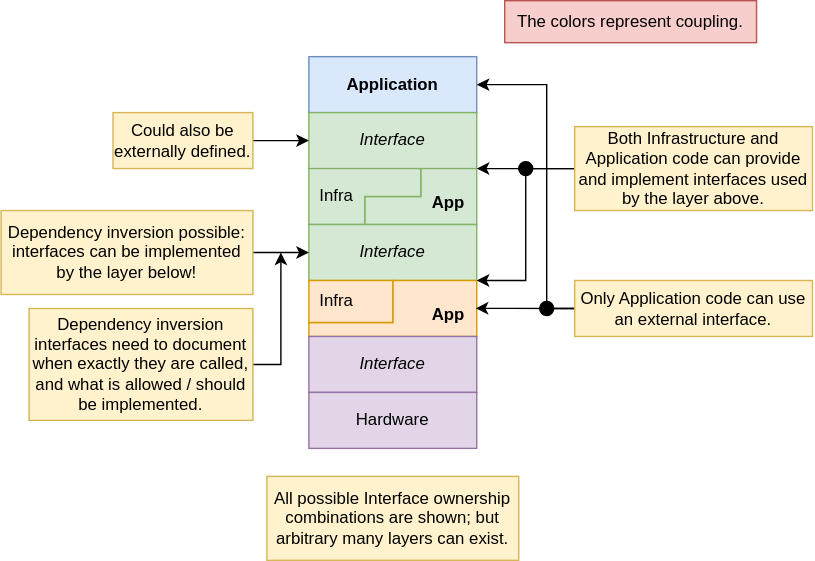
This is SoftwareAppAndInfra.drawio.svg from datMaffin/fundamental-software-architecture, a draw.io export, as it was before one commit. Source tidied: cells renumbered, new cells last; positions are measured from the earlier drawing's top-left corner, leaving out a move shared by most shapes.
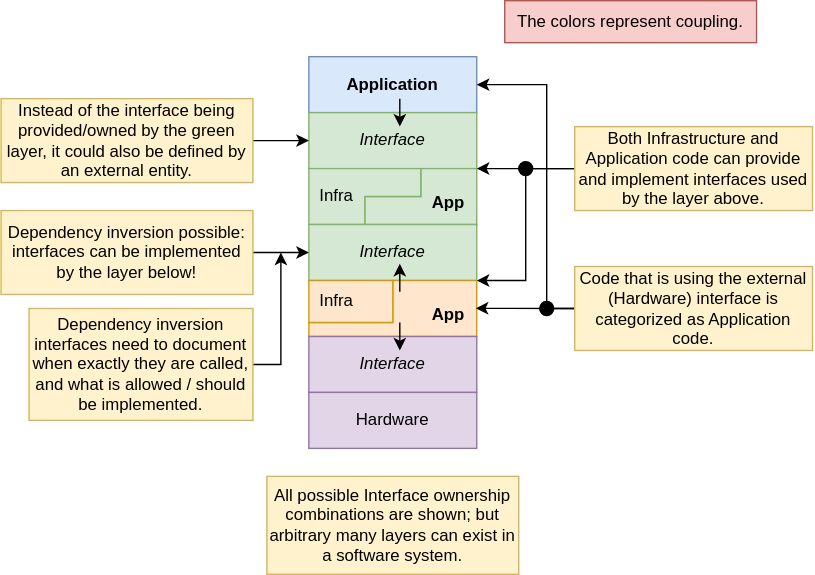
Later version of the same file.

Commit message:
Update content based on a first review from me

Change to the diagram source:
```diff
@@ -75,8 +75,8 @@
         </Array>
       </mxGeometry>
     </mxCell>
-    <mxCell id="20" value="Only Application code can use an external interface." style="rounded=0;whiteSpace=wrap;html=1;fillColor=#fff2cc;strokeColor=#d6b656;" parent="1" vertex="1">
-      <mxGeometry x="410" y="200" width="170" height="40" as="geometry" />
+    <mxCell id="20" value="Code that is using the external (Hardware) interface is categorized as Application code." style="rounded=0;whiteSpace=wrap;html=1;fillColor=#fff2cc;strokeColor=#d6b656;" parent="1" vertex="1">
+      <mxGeometry x="410" y="190" width="170" height="60" as="geometry" />
     </mxCell>
     <mxCell id="21" style="ellipse;whiteSpace=wrap;html=1;fillColor=#000000;" parent="1" vertex="1">
       <mxGeometry x="385" y="215" width="10" height="10" as="geometry" />
@@ -98,17 +98,35 @@
     <mxCell id="26" value="Dependency inversion interfaces need to document when exactly they are called, and what is allowed / should be implemented." style="rounded=0;whiteSpace=wrap;html=1;fillColor=#fff2cc;strokeColor=#d6b656;" parent="1" vertex="1">
       <mxGeometry x="20" y="220" width="160" height="80" as="geometry" />
     </mxCell>
-    <mxCell id="27" value="All possible Interface ownership combinations are shown; but arbitrary many layers can exist." style="rounded=0;whiteSpace=wrap;html=1;fillColor=#fff2cc;strokeColor=#d6b656;" parent="1" vertex="1">
-      <mxGeometry x="190" y="340" width="180" height="60" as="geometry" />
+    <mxCell id="27" value="All possible Interface ownership combinations are shown; but arbitrary many layers can exist in a software system." style="rounded=0;whiteSpace=wrap;html=1;fillColor=#fff2cc;strokeColor=#d6b656;" parent="1" vertex="1">
+      <mxGeometry x="190" y="340" width="180" height="70" as="geometry" />
     </mxCell>
     <mxCell id="28" style="edgeStyle=orthogonalEdgeStyle;rounded=0;jettySize=auto;html=1;exitX=1;exitY=0.5;exitDx=0;exitDy=0;entryX=0;entryY=0.5;entryDx=0;entryDy=0;" parent="1" edge="1" source="29" target="3">
       <mxGeometry relative="1" as="geometry" />
     </mxCell>
-    <mxCell id="29" value="Could also be externally defined." style="rounded=0;whiteSpace=wrap;html=1;fillColor=#fff2cc;strokeColor=#d6b656;" parent="1" vertex="1">
-      <mxGeometry x="80" y="80" width="100" height="40" as="geometry" />
+    <mxCell id="29" value="Instead of the interface being provided/owned by the green layer, it could also be defined by an external entity." style="rounded=0;whiteSpace=wrap;html=1;fillColor=#fff2cc;strokeColor=#d6b656;" parent="1" vertex="1">
+      <mxGeometry y="70" width="180" height="60" as="geometry" />
     </mxCell>
     <mxCell id="30" value="The colors represent coupling." style="rounded=0;whiteSpace=wrap;html=1;fillColor=#f8cecc;strokeColor=#b85450;" parent="1" vertex="1">
       <mxGeometry x="360" width="180" height="30" as="geometry" />
     </mxCell>
+    <mxCell id="31" style="endArrow=classic;html=1;rounded=0;" parent="1" edge="1">
+      <mxGeometry relative="1" as="geometry">
+        <mxPoint x="285" y="70" as="sourcePoint" />
+        <mxPoint x="285" y="90" as="targetPoint" />
+      </mxGeometry>
+    </mxCell>
+    <mxCell id="32" style="endArrow=classic;html=1;rounded=0;" parent="1" edge="1">
+      <mxGeometry relative="1" as="geometry">
+        <mxPoint x="285" y="230" as="sourcePoint" />
+        <mxPoint x="285" y="250" as="targetPoint" />
+      </mxGeometry>
+    </mxCell>
+    <mxCell id="33" style="endArrow=none;html=1;rounded=0;endFill=0;startArrow=classic;startFill=1;" parent="1" edge="1">
+      <mxGeometry relative="1" as="geometry">
+        <mxPoint x="285" y="188" as="sourcePoint" />
+        <mxPoint x="285" y="208" as="targetPoint" />
+      </mxGeometry>
+    </mxCell>
   </root>
 </mxGraphModel>
```
